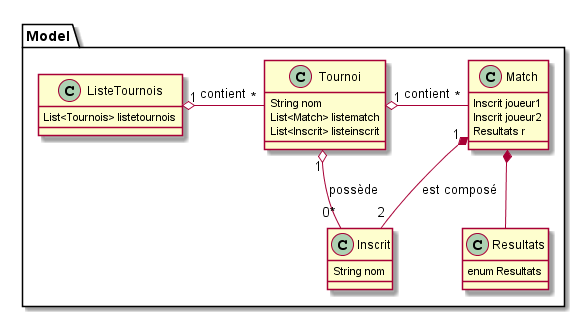
Before: ANC3-Diagramme/ClassDiagram/CD.png, a diagram exported from PlantUML (MatildeGr/Java-Tournament-Management).
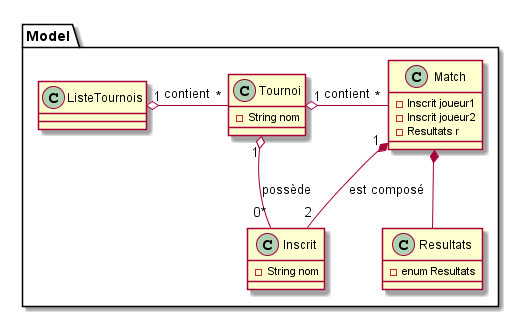
After the change.

The edit, as a diff of the source:
```diff
@@ -1,25 +1,22 @@
 @startuml CD
 package Model{
     class Tournoi{
-        String nom
-        List<Match> listematch
-        List<Inscrit> listeinscrit
+        -String nom
 
     }
     class Match{
-        Inscrit joueur1
-        Inscrit joueur2
-        Resultats r
+        - Inscrit joueur1
+        - Inscrit joueur2
+        - Resultats r
     }
 
     class Inscrit{
-        String nom
+        - String nom
     }
     class Resultats{
-        enum Resultats
+        - enum Resultats
     }
     class ListeTournois{
-        List<Tournois> listetournois
     }
 }
 ListeTournois "1" o-r- "*" Tournoi : contient
```
